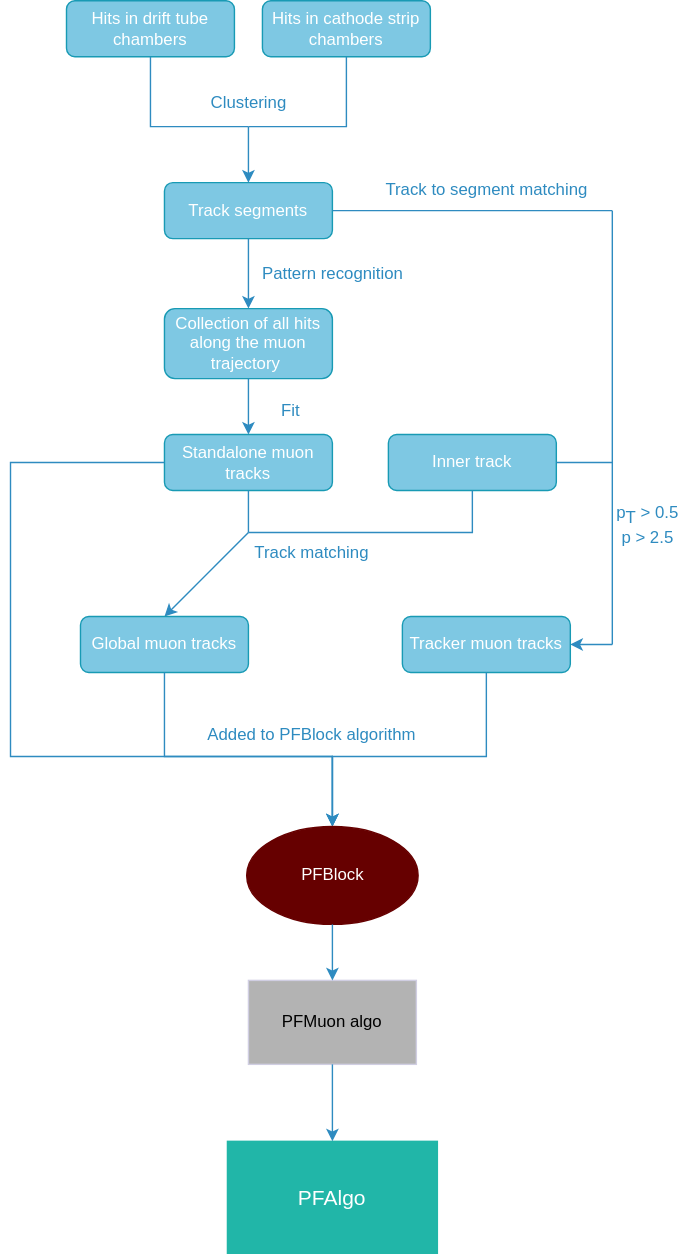
Earlier version of the draw.io export docs/assets/mutrack.drawio.svg (nseeba/PF-documentation). Source tidied: cells renumbered, new cells last; positions are measured from the earlier drawing's top-left corner, leaving out a move shared by most shapes.
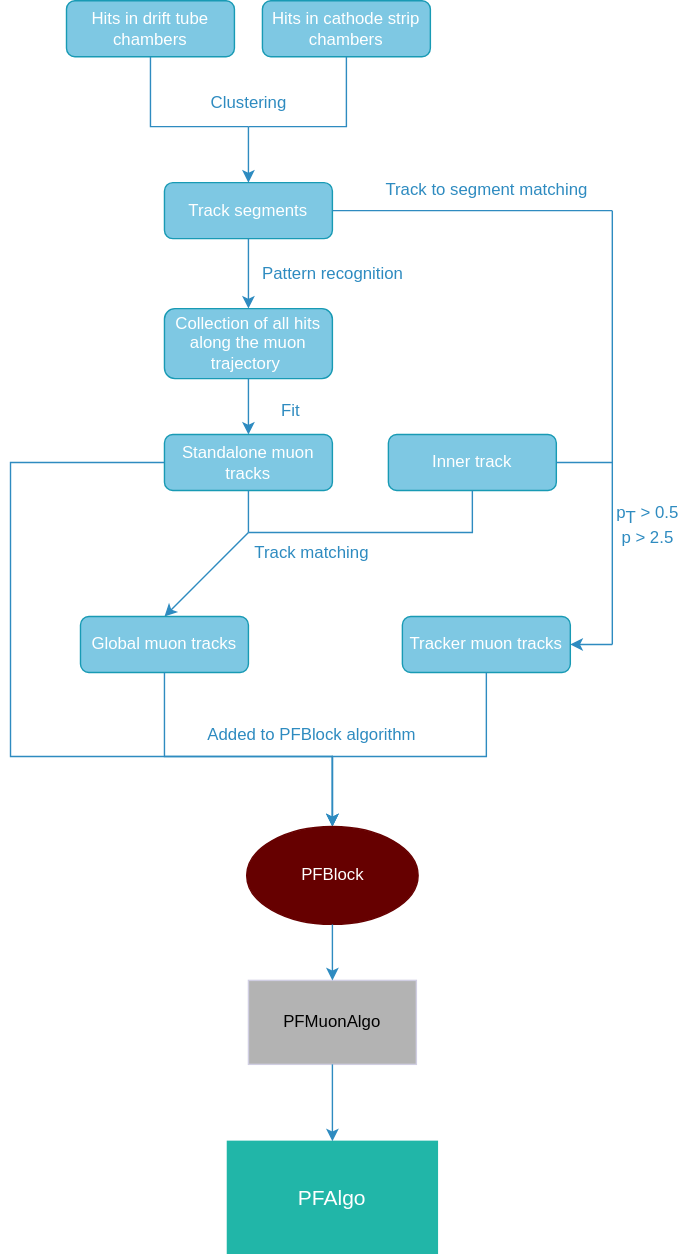
Later version of the same file.

Change to the diagram source:
```diff
@@ -141,7 +141,7 @@
     <mxCell id="32" value="Added to PFBlock algorithm" style="text;html=1;align=center;verticalAlign=middle;strokeColor=none;fillColor=none;fontColor=#2E8BC0;shadow=0;" parent="1" vertex="1">
       <mxGeometry x="130" y="510" width="170" height="30" as="geometry" />
     </mxCell>
-    <mxCell id="33" value="PFMuon algo" style="rounded=0;whiteSpace=wrap;html=1;strokeColor=#D0CEE2;fontColor=#000000;fillColor=#B3B3B3;fontStyle=0;" parent="1" vertex="1">
+    <mxCell id="33" value="PFMuonAlgo" style="rounded=0;whiteSpace=wrap;html=1;strokeColor=#D0CEE2;fontColor=#000000;fillColor=#B3B3B3;fontStyle=0;" parent="1" vertex="1">
       <mxGeometry x="170" y="700" width="120" height="60" as="geometry" />
     </mxCell>
     <mxCell id="34" style="endArrow=classic;html=1;rounded=0;strokeColor=#2E8BC0;fontColor=#1A1A1A;exitX=0.5;exitY=1;exitDx=0;exitDy=0;entryX=0.5;entryY=0;entryDx=0;entryDy=0;shadow=0;" parent="1" edge="1" source="31" target="33">
```
